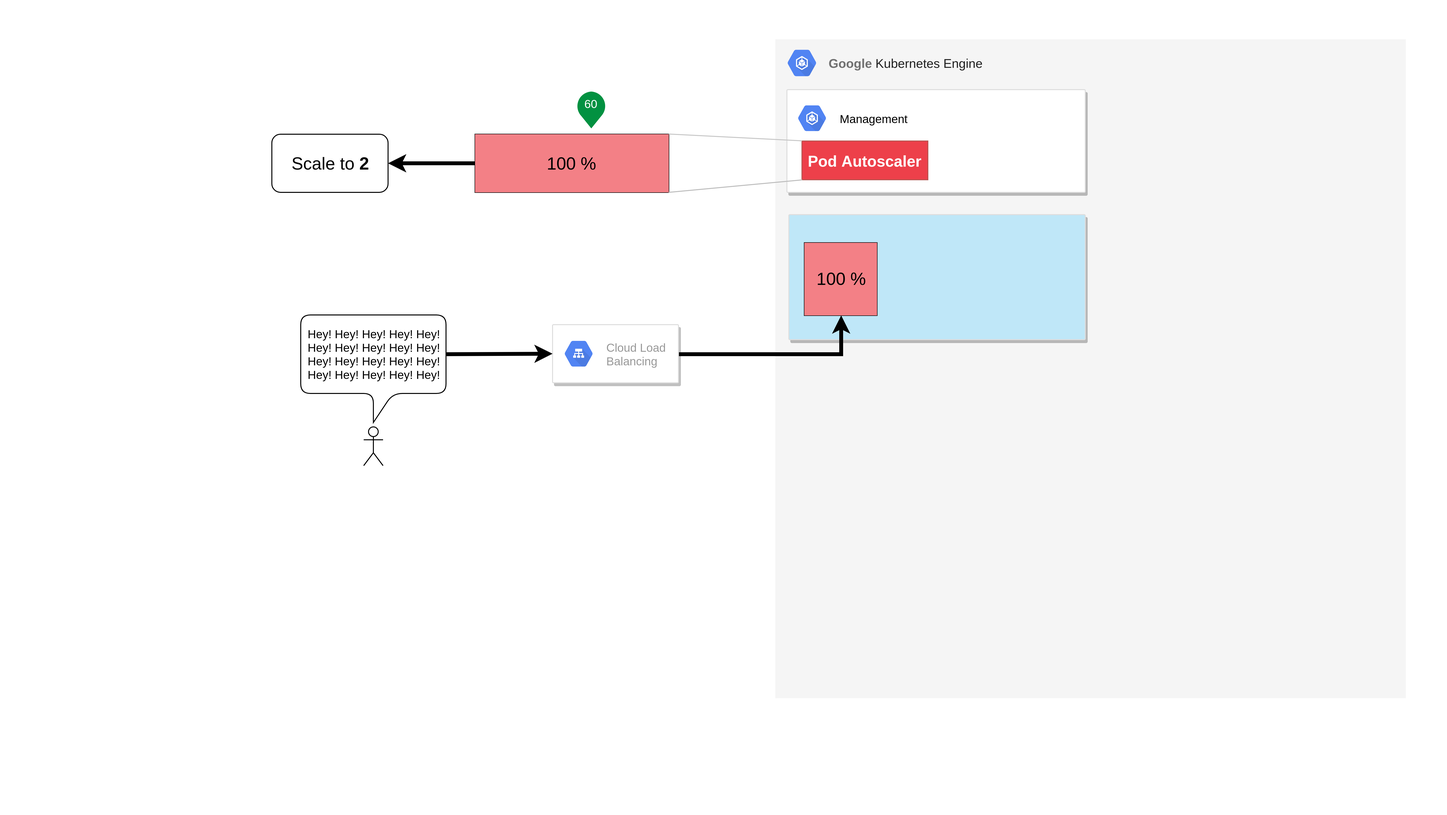
Before: images/k8s-scaling-scale.png, a diagram exported from draw.io (bastiandg/scaling-in-the-cloud). Source tidied: cells renumbered, new cells last; positions are measured from the earlier drawing's top-left corner, leaving out a move shared by most shapes.
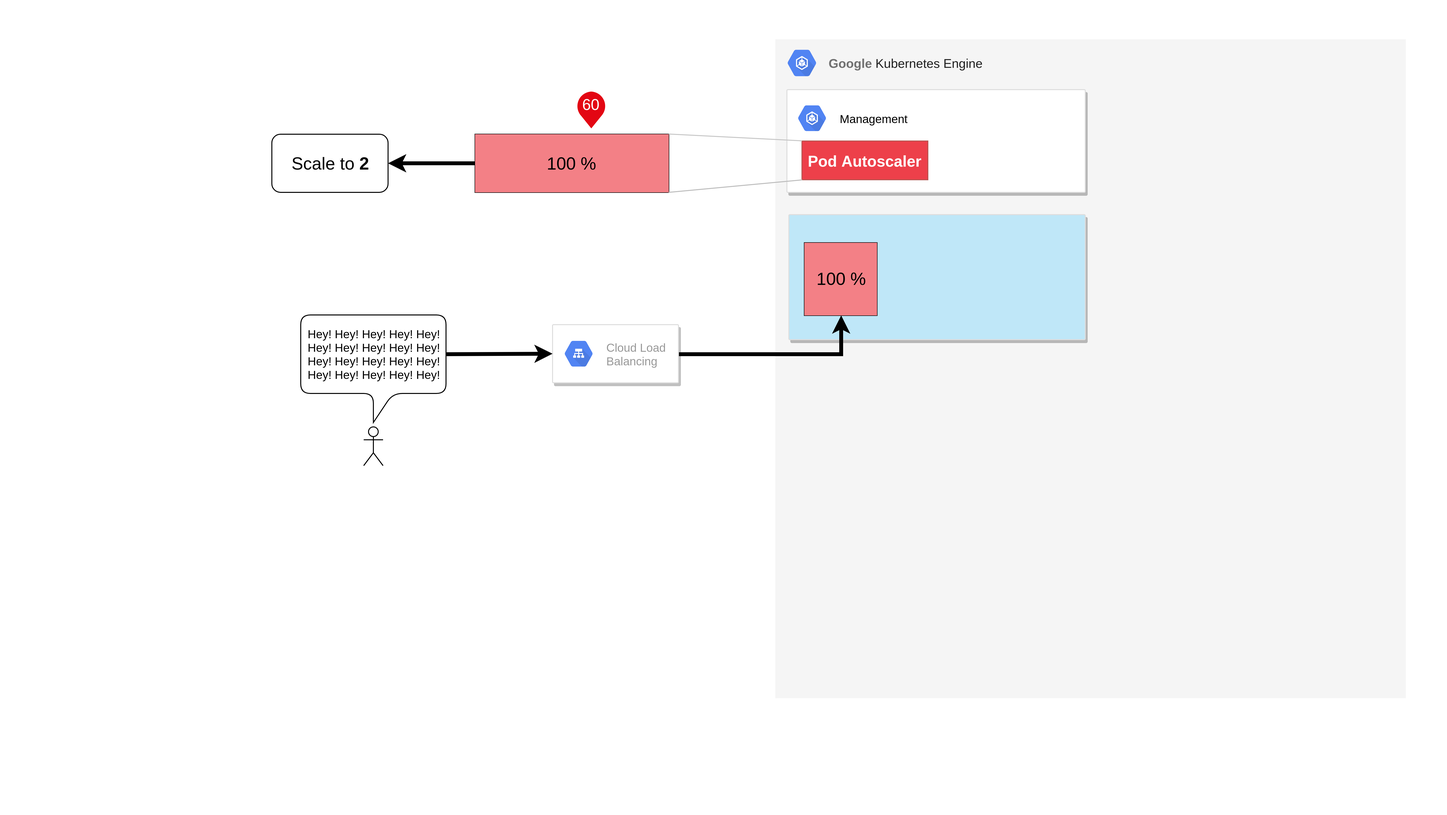
The same diagram one commit later.

Change to the diagram source:
```diff
@@ -2,7 +2,7 @@
   <root>
     <mxCell id="0" />
     <mxCell id="1" parent="0" />
-    <mxCell id="2" style="rounded=0;whiteSpace=wrap;html=1;fillColor=none;perimeter=none;backgroundOutline=1;strokeColor=#FFFFFF;" parent="1" vertex="1">
+    <mxCell id="2" style="rounded=0;whiteSpace=wrap;html=1;fillColor=none;perimeter=none;backgroundOutline=1;strokeColor=none;" parent="1" vertex="1">
       <mxGeometry width="1493" height="840" as="geometry" />
     </mxCell>
     <mxCell id="3" style="rounded=0;whiteSpace=wrap;html=1;align=left;fillColor=#f5f5f5;strokeColor=none;fontColor=#333333;verticalAlign=top;" parent="1" vertex="1">
@@ -60,7 +60,7 @@
     <mxCell id="19" value="Pod Autoscaler" style="rounded=0;html=1;fillColor=#ED404A;strokeColor=#b85450;fontColor=#FFFFFF;fontFamily=Arial;fontSize=16;fontStyle=1;" parent="1" vertex="1">
       <mxGeometry x="827.5" y="145" width="130" height="40" as="geometry" />
     </mxCell>
-    <mxCell id="20" style="dashed=0;verticalLabelPosition=bottom;verticalAlign=top;align=center;shape=mxgraph.gmdl.sliderDiscrete;barPos=60;strokeColor=none;opacity=100;strokeWidth=2;fillColor=#029141;handleSize=10;shadow=0;fontSize=12;fontColor=#ffffff;" parent="1" vertex="1">
+    <mxCell id="20" style="dashed=0;verticalLabelPosition=bottom;verticalAlign=top;align=center;shape=mxgraph.gmdl.sliderDiscrete;barPos=60;strokeColor=none;opacity=100;strokeWidth=2;fillColor=#E30613;handleSize=10;shadow=0;fontSize=16;fontColor=#ffffff;" parent="1" vertex="1">
       <mxGeometry x="490" y="94" width="200" height="45" as="geometry" />
     </mxCell>
     <mxCell id="21" style="rounded=0;whiteSpace=wrap;html=1;fillColor=#ffffff;fontSize=18;" parent="1" vertex="1">
```
